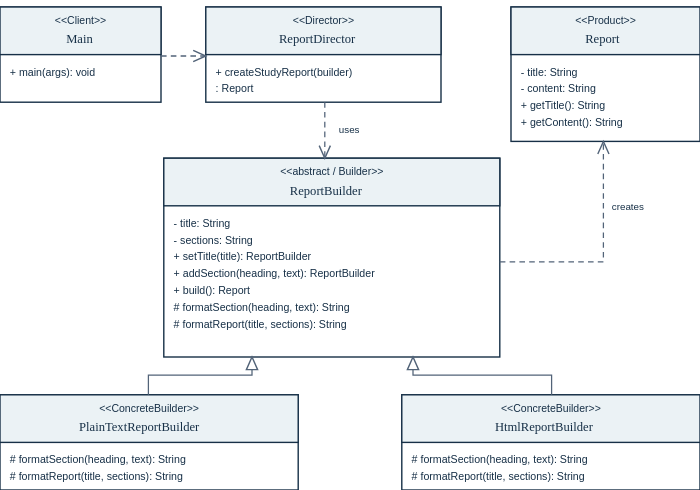
unknow9error/aitu-software-design-pattern-assignment1 keeps this PlantUML diagram as docs/uml.svg. Above is the earlier version. Its source is kept beside it as docs/uml.puml.
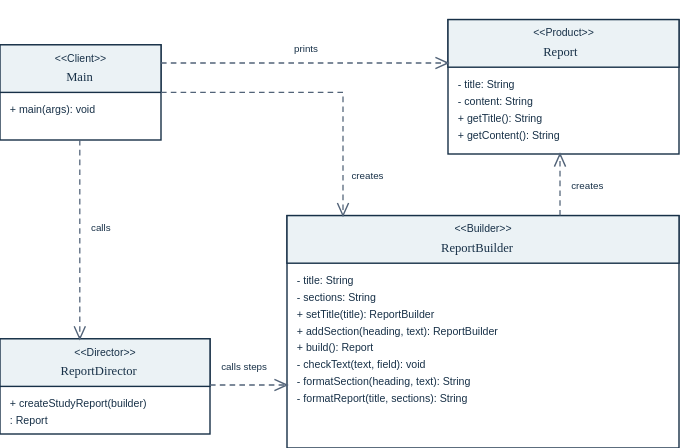
Later version of the same file.

Change to the diagram source:
```diff
@@ -1,5 +1,5 @@
 @startuml
-title Study Report Builder
+title Study Report - One Builder
 skinparam classAttributeIconSize 0
 hide empty members
 
@@ -10,23 +10,15 @@
   + getTitle(): String
   + getContent(): String
 }
-abstract class ReportBuilder <<Builder>> {
+class ReportBuilder <<Builder>> {
   - title: String
   - sections: String
   + setTitle(title: String): ReportBuilder
   + addSection(heading: String, text: String): ReportBuilder
   + build(): Report
   - checkText(text: String, field: String): void
-  # {abstract} formatSection(heading: String, text: String): String
-  # {abstract} formatReport(title: String, sections: String): String
-}
-class PlainTextReportBuilder <<ConcreteBuilder>> {
-  # formatSection(heading: String, text: String): String
-  # formatReport(title: String, sections: String): String
-}
-class HtmlReportBuilder <<ConcreteBuilder>> {
-  # formatSection(heading: String, text: String): String
-  # formatReport(title: String, sections: String): String
+  - formatSection(heading: String, text: String): String
+  - formatReport(title: String, sections: String): String
 }
 class ReportDirector <<Director>> {
   + createStudyReport(builder: ReportBuilder): Report
@@ -35,12 +27,9 @@
   + {static} main(args: String[]): void
 }
 
-ReportBuilder <|-- PlainTextReportBuilder
-ReportBuilder <|-- HtmlReportBuilder
 ReportBuilder ..> Report : creates
 ReportDirector ..> ReportBuilder : calls steps
 Main ..> ReportDirector : calls
-Main ..> PlainTextReportBuilder : creates
-Main ..> HtmlReportBuilder : creates
+Main ..> ReportBuilder : creates
 Main ..> Report : prints
 @enduml
```
